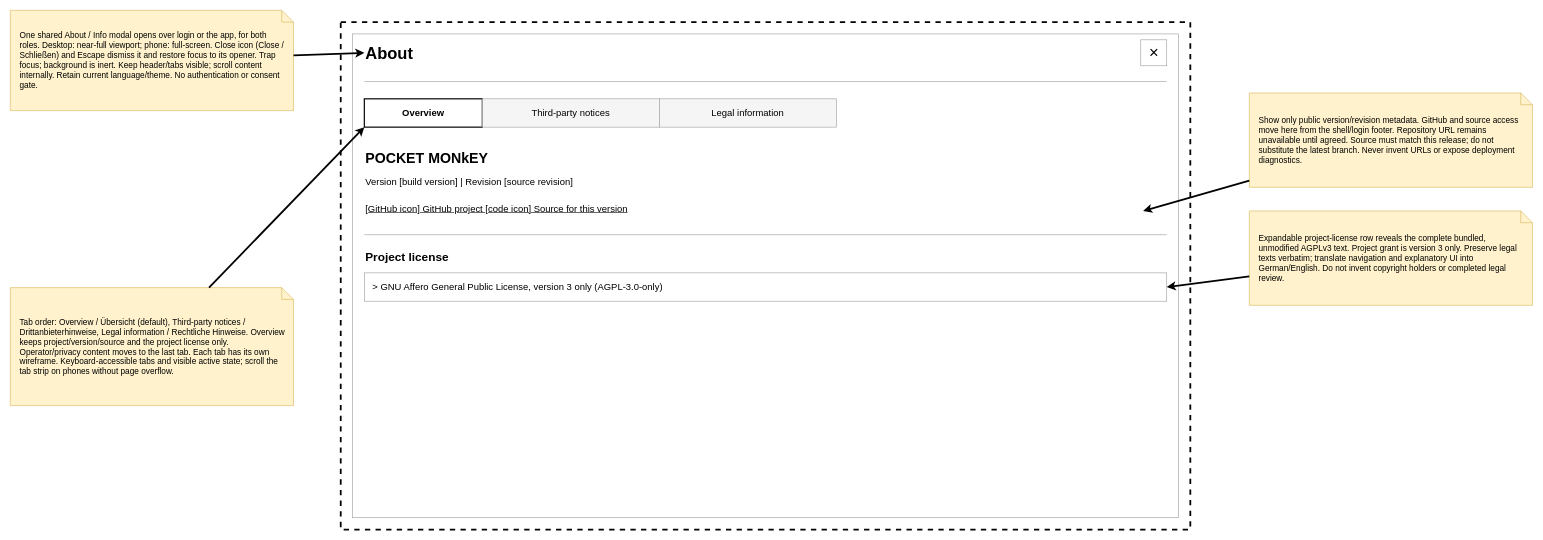
Before: docs/design/wireframes/about/about-wireframe.drawio in eG-dev/MONkEY, a draw.io diagram. Source tidied: cells renumbered, new cells numbered last; positions are measured from the earlier drawing's top-left corner, leaving out a move shared by most shapes. Both pictures are drawn from the tidied source at 59%, with x=0, y=0 at pixel (10, 10).
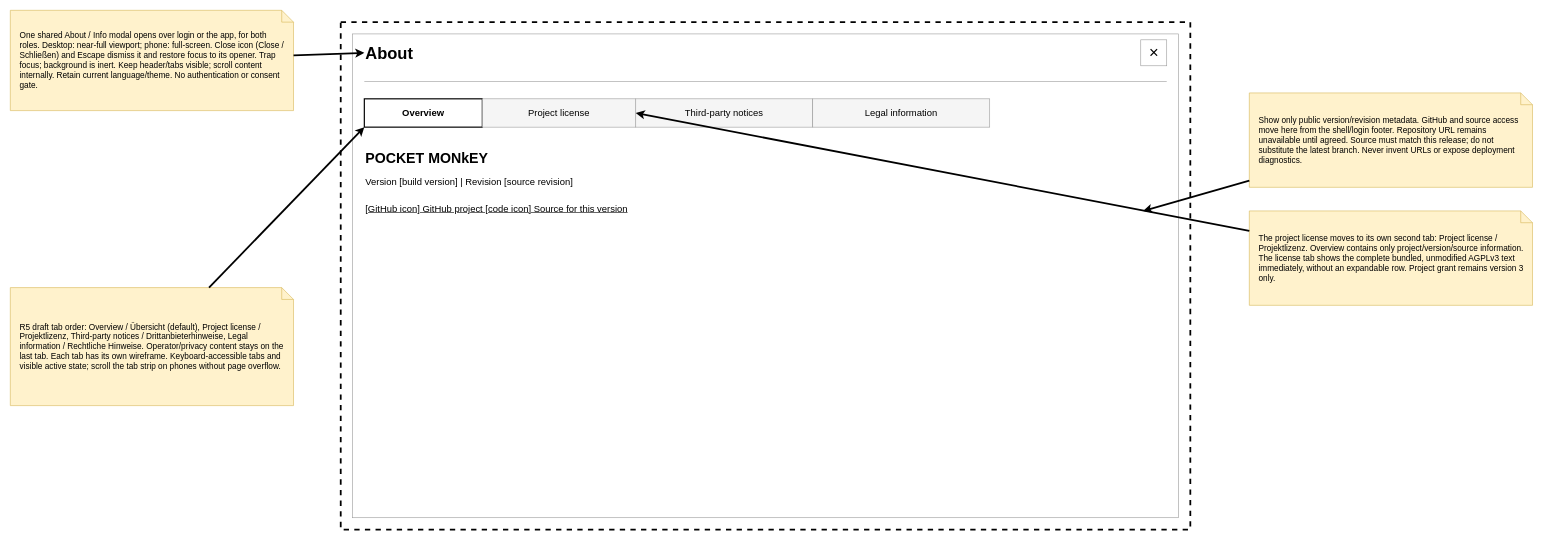
Above is the later version.

What changed in the source:
```diff
@@
     <mxCell id="8" value="Third-party notices" style="rounded=0;whiteSpace=wrap;html=1;fontFamily=Calibri;fontSize=16;fillColor=#f5f5f5;strokeColor=#999999;" parent="1" vertex="1">
-      <mxGeometry x="800" y="150" width="300" height="48" as="geometry" />
+      <mxGeometry x="1060" y="150" width="300" height="48" as="geometry" />
     </mxCell>
     <mxCell id="9" value="Legal information" style="rounded=0;whiteSpace=wrap;html=1;fontFamily=Calibri;fontSize=16;fillColor=#f5f5f5;strokeColor=#999999;" parent="1" vertex="1">
-      <mxGeometry x="1100" y="150" width="300" height="48" as="geometry" />
+      <mxGeometry x="1360" y="150" width="300" height="48" as="geometry" />
     </mxCell>
+    <mxCell id="14" value="Project license" style="rounded=0;whiteSpace=wrap;html=1;fontFamily=Calibri;fontSize=16;fillColor=#f5f5f5;strokeColor=#999999;" parent="1" vertex="1">
+      <mxGeometry x="800" y="150" width="260" height="48" as="geometry" />
+    </mxCell>
@@
-    <mxCell id="13" style="fillColor=#999999;strokeColor=none;" parent="1" vertex="1">
-      <mxGeometry x="600" y="380" width="1360" height="1" as="geometry" />
-    </mxCell>
-    <mxCell id="14" value="Project license" style="text;html=1;fontFamily=Calibri;fontSize=20;fontStyle=1;align=left;" parent="1" vertex="1">
-      <mxGeometry x="600" y="400" width="1320" height="32" as="geometry" />
-    </mxCell>
-    <mxCell id="15" value="&gt; GNU Affero General Public License, version 3 only (AGPL-3.0-only)" style="rounded=0;whiteSpace=wrap;html=1;fontFamily=Calibri;fontSize=16;align=left;spacingLeft=12;fillColor=#FFFFFF;strokeColor=#999999;" parent="1" vertex="1">
-      <mxGeometry x="600" y="445" width="1360" height="48" as="geometry" />
-    </mxCell>
@@
-    <mxCell id="18" value="Expandable project-license row reveals the complete bundled, unmodified AGPLv3 text. Project grant is version 3 only. Preserve legal texts verbatim; translate navigation and explanatory UI into German/English. Do not invent copyright holders or completed legal review." style="shape=note;whiteSpace=wrap;html=1;size=20;fillColor=#fff2cc;strokeColor=#d6b656;fontFamily=Calibri;fontSize=14;align=left;spacing=16;" parent="1" vertex="1">
+    <mxCell id="18" value="The project license moves to its own second tab: Project license / Projektlizenz. Overview contains only project/version/source information. The license tab shows the complete bundled, unmodified AGPLv3 text immediately, without an expandable row. Project grant remains version 3 only." style="shape=note;whiteSpace=wrap;html=1;size=20;fillColor=#fff2cc;strokeColor=#d6b656;fontFamily=Calibri;fontSize=14;align=left;spacing=16;" parent="1" vertex="1">
       <mxGeometry x="2100" y="340" width="480" height="160" as="geometry" />
     </mxCell>
-    <mxCell id="19" value="Tab order: Overview / Übersicht (default), Third-party notices / Drittanbieterhinweise, Legal information / Rechtliche Hinweise. Overview keeps project/version/source and the project license only. Operator/privacy content moves to the last tab. Each tab has its own wireframe. Keyboard-accessible tabs and visible active state; scroll the tab strip on phones without page overflow." style="shape=note;whiteSpace=wrap;html=1;size=20;fillColor=#fff2cc;strokeColor=#d6b656;fontFamily=Calibri;fontSize=14;align=left;spacing=16;" parent="1" vertex="1">
+    <mxCell id="19" value="R5 draft tab order: Overview / Übersicht (default), Project license / Projektlizenz, Third-party notices / Drittanbieterhinweise, Legal information / Rechtliche Hinweise. Operator/privacy content stays on the last tab. Each tab has its own wireframe. Keyboard-accessible tabs and visible active state; scroll the tab strip on phones without page overflow." style="shape=note;whiteSpace=wrap;html=1;size=20;fillColor=#fff2cc;strokeColor=#d6b656;fontFamily=Calibri;fontSize=14;align=left;spacing=16;" parent="1" vertex="1">
       <mxGeometry y="470" width="480" height="200" as="geometry" />
     </mxCell>
@@
-    <mxCell id="22" style="edgeStyle=none;curved=0;strokeWidth=3;strokeColor=#000000;startArrow=none;endArrow=classic;endFill=1;entryX=1;entryY=0.5;entryDx=0;entryDy=0;" parent="1" edge="1" source="18" target="15">
+    <mxCell id="22" style="edgeStyle=none;curved=0;strokeWidth=3;strokeColor=#000000;startArrow=none;endArrow=classic;endFill=1;entryX=1;entryY=0.5;entryDx=0;entryDy=0;" parent="1" edge="1" source="18" target="14">
       <mxGeometry relative="1" as="geometry" />
     </mxCell>
```
